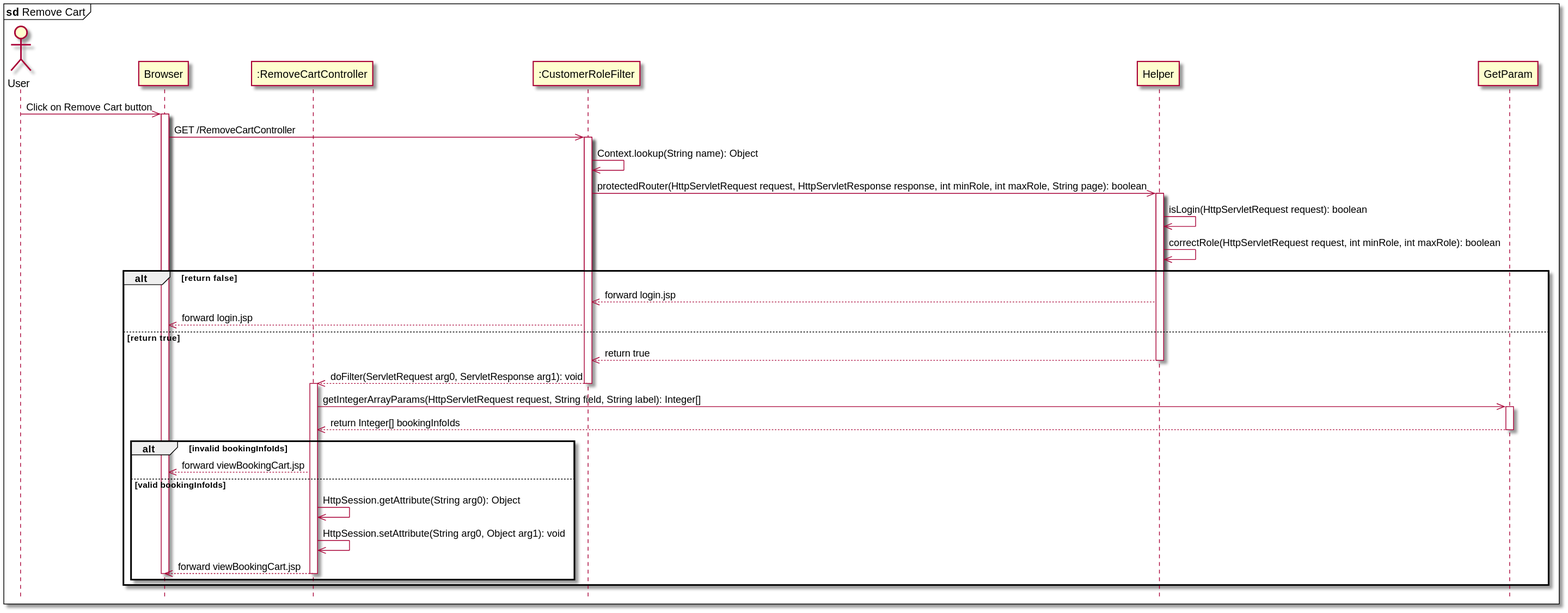
Earlier version of the PlantUML export data/sequence/removeCart.svg (tantruong2303/booking-hotel).
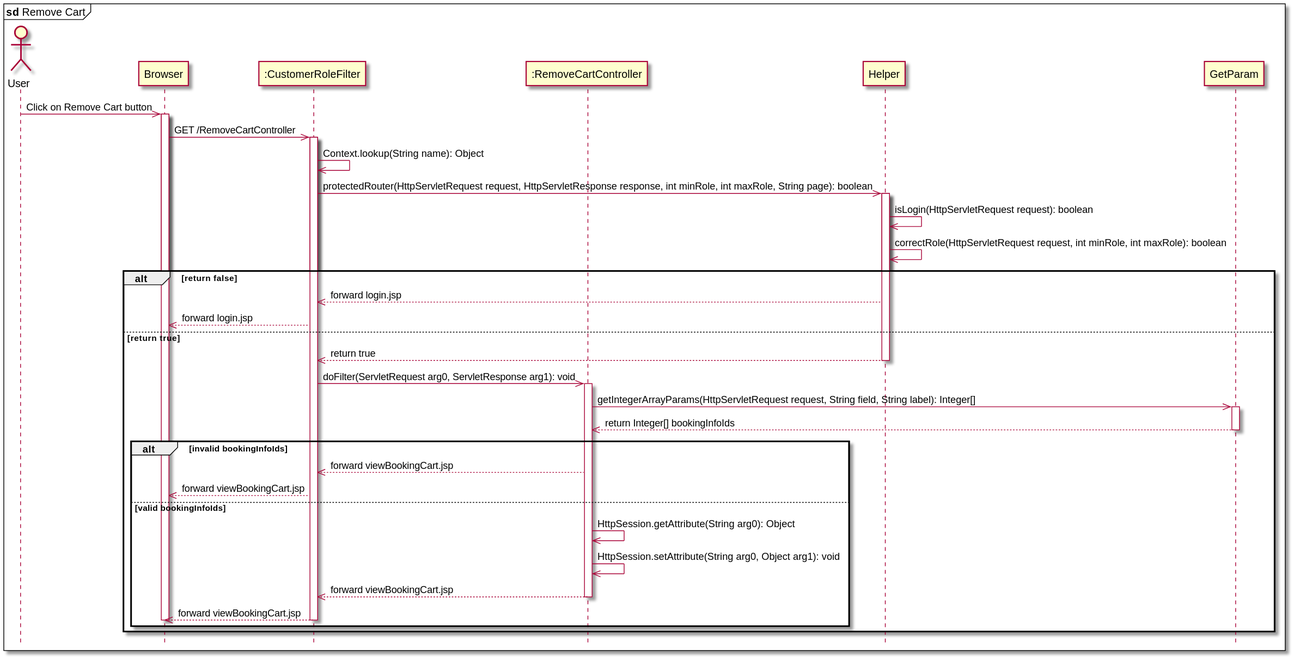
The same file after the commit.

The edit, as a diff of the source:
```diff
@@ -4,8 +4,8 @@
 mainframe <b>sd</b> Remove Cart
 actor User
 participant "Browser" as Browser
+participant ":CustomerRoleFilter" as CustomerRoleFilter
 participant ":RemoveCartController" as RemoveCartController
-participant ":CustomerRoleFilter" as CustomerRoleFilter
 participant "Helper" as Helper
 participant "GetParam" as GetParam
 
@@ -25,20 +25,22 @@
 else return true
     Helper -->> CustomerRoleFilter: return true
     deactivate Helper
-    CustomerRoleFilter -->> RemoveCartController: doFilter(ServletRequest arg0, ServletResponse arg1): void
-    deactivate CustomerRoleFilter
+    CustomerRoleFilter ->> RemoveCartController: doFilter(ServletRequest arg0, ServletResponse arg1): void
     activate RemoveCartController
     RemoveCartController ->> GetParam: getIntegerArrayParams(HttpServletRequest request, String field, String label): Integer[]
     activate GetParam
     GetParam -->> RemoveCartController: return Integer[] bookingInfoIds
     deactivate GetParam
     alt invalid bookingInfoIds
-        RemoveCartController -->> Browser: forward viewBookingCart.jsp
+        RemoveCartController -->> CustomerRoleFilter: forward viewBookingCart.jsp
+        CustomerRoleFilter -->> Browser: forward viewBookingCart.jsp
     else valid bookingInfoIds
         RemoveCartController ->> RemoveCartController: HttpSession.getAttribute(String arg0): Object
         RemoveCartController ->> RemoveCartController: HttpSession.setAttribute(String arg0, Object arg1): void
-        RemoveCartController -->> Browser: forward viewBookingCart.jsp
+        RemoveCartController -->> CustomerRoleFilter: forward viewBookingCart.jsp
         deactivate RemoveCartController
+        CustomerRoleFilter -->> Browser: forward viewBookingCart.jsp
+        deactivate CustomerRoleFilter
         deactivate Browser
     end
 end
```
